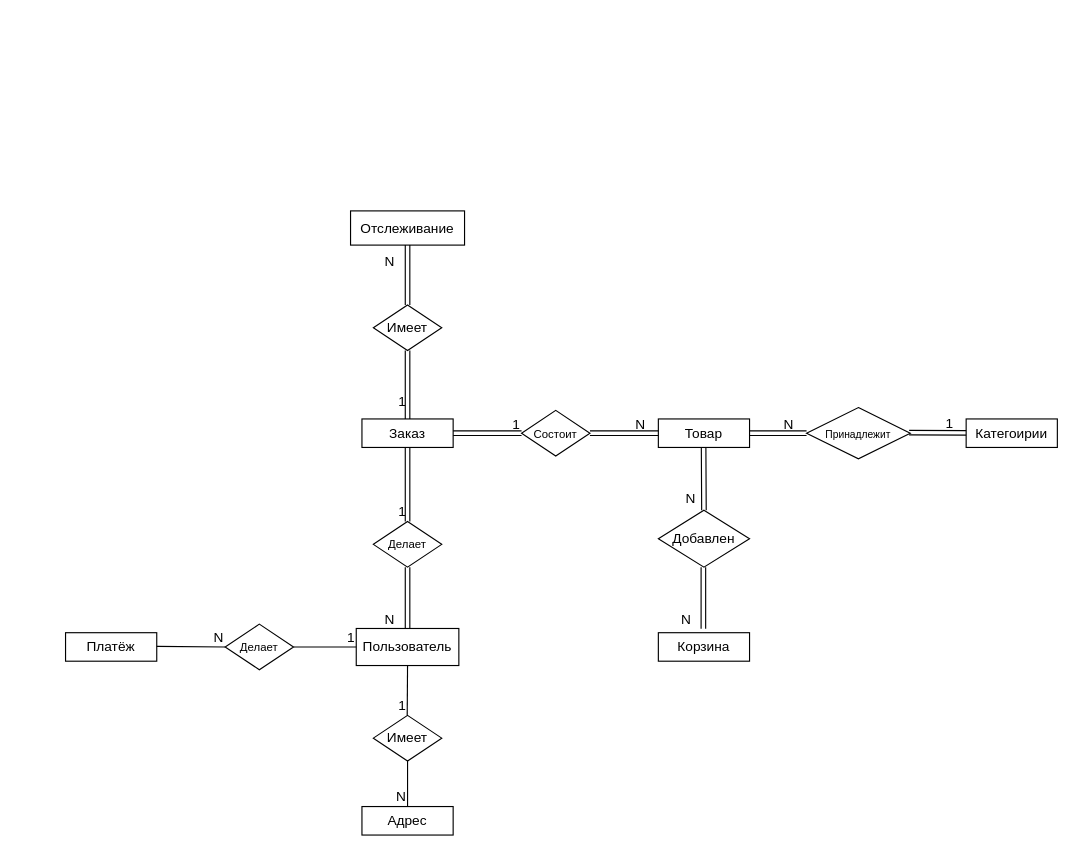
DanilaMalkin/FUrent keeps this draw.io diagram as Диаграмма без названия.drawio. Above is the earlier version. Source tidied: cells renumbered, new cells numbered last; positions are measured from the earlier drawing's top-left corner, leaving out a move shared by most shapes. Both pictures are drawn from the tidied source at 114%, with x=0, y=0 at pixel (65, 211).
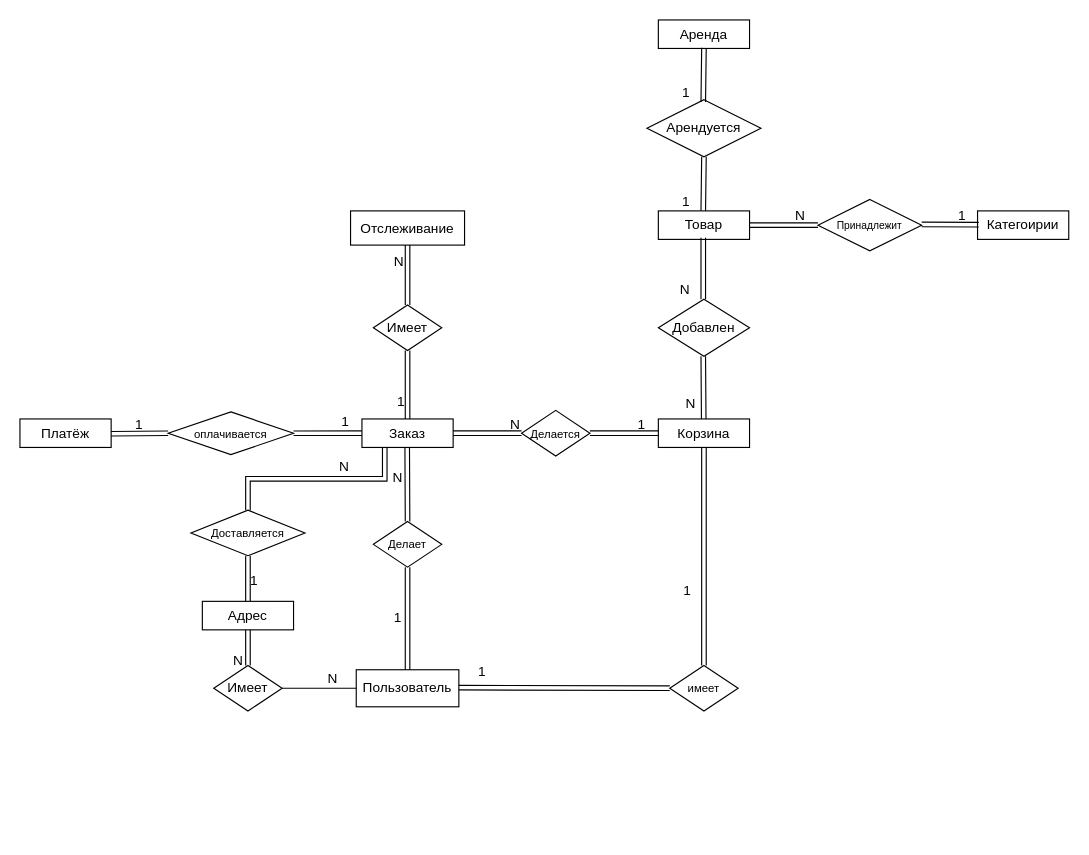
After the change.

The change refers to these unchanged cells:
```xml
<mxCell id="8" value="Заказ" style="rounded=0;whiteSpace=wrap;html=1;" parent="1" vertex="1">
  <mxGeometry x="260" y="182" width="80" height="25" as="geometry" />
</mxCell>
<mxCell id="15" value="&lt;font style=&quot;font-size: 10px;&quot;&gt;Делает&lt;/font&gt;" style="rhombus;whiteSpace=wrap;html=1;" parent="1" vertex="1">
  <mxGeometry x="270" y="272" width="60" height="40" as="geometry" />
</mxCell>
<mxCell id="24" style="shape=link;html=1;rounded=0;exitX=1;exitY=0.5;exitDx=0;exitDy=0;entryX=0;entryY=0.5;entryDx=0;entryDy=0;" parent="1" edge="1" source="10" target="11">
  <mxGeometry relative="1" as="geometry" />
</mxCell>
<mxCell id="28" style="shape=link;html=1;rounded=0;entryX=0;entryY=0.5;entryDx=0;entryDy=0;exitX=1;exitY=0.5;exitDx=0;exitDy=0;" parent="1" edge="1" source="8" target="10">
  <mxGeometry relative="1" as="geometry" />
</mxCell>
<mxCell id="32" style="shape=link;html=1;rounded=0;entryX=0.5;entryY=1;entryDx=0;entryDy=0;exitX=0.5;exitY=0;exitDx=0;exitDy=0;" parent="1" edge="1" source="8" target="16">
  <mxGeometry relative="1" as="geometry" />
</mxCell>
<mxCell id="34" style="shape=link;html=1;rounded=0;exitX=0.5;exitY=0;exitDx=0;exitDy=0;" parent="1" edge="1" source="16" target="9">
  <mxGeometry relative="1" as="geometry" />
</mxCell>
```

The edit, as a diff of the source:
```diff
@@
-    <mxCell id="2" value="&lt;font style=&quot;font-size: 10px;&quot;&gt;Делает&lt;/font&gt;" style="rhombus;whiteSpace=wrap;html=1;" parent="1" vertex="1">
-      <mxGeometry x="140" y="362" width="60" height="40" as="geometry" />
-    </mxCell>
     <mxCell id="3" value="Имеет" style="rhombus;whiteSpace=wrap;html=1;" parent="1" vertex="1">
-      <mxGeometry x="270" y="442" width="60" height="40" as="geometry" />
+      <mxGeometry x="130" y="398.2" width="60" height="40" as="geometry" />
     </mxCell>
     <mxCell id="4" value="Добавлен" style="rhombus;whiteSpace=wrap;html=1;" parent="1" vertex="1">
-      <mxGeometry x="520" y="262" width="80" height="50" as="geometry" />
+      <mxGeometry x="520" y="77" width="80" height="50" as="geometry" />
     </mxCell>
     <mxCell id="5" value="Пользователь" style="rounded=0;whiteSpace=wrap;html=1;" parent="1" vertex="1">
-      <mxGeometry x="255" y="365.8" width="90" height="32.5" as="geometry" />
+      <mxGeometry x="255" y="402" width="90" height="32.5" as="geometry" />
     </mxCell>
     <mxCell id="6" value="Адрес" style="rounded=0;whiteSpace=wrap;html=1;" parent="1" vertex="1">
-      <mxGeometry x="260" y="522" width="80" height="25" as="geometry" />
+      <mxGeometry x="120" y="342" width="80" height="25" as="geometry" />
     </mxCell>
     <mxCell id="7" value="Платёж" style="rounded=0;whiteSpace=wrap;html=1;" parent="1" vertex="1">
-      <mxGeometry y="369.5" width="80" height="25" as="geometry" />
+      <mxGeometry x="-40" y="182" width="80" height="25" as="geometry" />
     </mxCell>
@@
-    <mxCell id="10" value="&lt;font style=&quot;font-size: 10px;&quot;&gt;Состоит&lt;/font&gt;" style="rhombus;whiteSpace=wrap;html=1;" parent="1" vertex="1">
+    <mxCell id="10" value="&lt;font size=&quot;1&quot;&gt;Делается&lt;/font&gt;" style="rhombus;whiteSpace=wrap;html=1;" parent="1" vertex="1">
       <mxGeometry x="400" y="174.5" width="60" height="40" as="geometry" />
     </mxCell>
-    <mxCell id="11" value="Товар" style="rounded=0;whiteSpace=wrap;html=1;" parent="1" vertex="1">
+    <mxCell id="11" value="Корзина" style="rounded=0;whiteSpace=wrap;html=1;" parent="1" vertex="1">
       <mxGeometry x="520" y="182" width="80" height="25" as="geometry" />
     </mxCell>
-    <mxCell id="12" value="Корзина" style="rounded=0;whiteSpace=wrap;html=1;" parent="1" vertex="1">
-      <mxGeometry x="520" y="369.5" width="80" height="25" as="geometry" />
+    <mxCell id="12" value="Товар" style="rounded=0;whiteSpace=wrap;html=1;" parent="1" vertex="1">
+      <mxGeometry x="520" y="-0.5" width="80" height="25" as="geometry" />
     </mxCell>
     <mxCell id="13" value="Категоирии" style="rounded=0;whiteSpace=wrap;html=1;" parent="1" vertex="1">
-      <mxGeometry x="790" y="182" width="80" height="25" as="geometry" />
+      <mxGeometry x="800" y="-0.5" width="80" height="25" as="geometry" />
     </mxCell>
     <mxCell id="14" value="&lt;font style=&quot;font-size: 9px;&quot;&gt;Принадлежит&lt;/font&gt;" style="rhombus;whiteSpace=wrap;html=1;" parent="1" vertex="1">
-      <mxGeometry x="650" y="172" width="91" height="45" as="geometry" />
+      <mxGeometry x="660" y="-10.5" width="91" height="45" as="geometry" />
     </mxCell>
@@
-    <mxCell id="17" style="endArrow=none;html=1;rounded=0;entryX=0;entryY=0.5;entryDx=0;entryDy=0;" parent="1" edge="1" target="5">
-      <mxGeometry relative="1" as="geometry">
-        <mxPoint x="200" y="382" as="sourcePoint" />
-      </mxGeometry>
-    </mxCell>
-    <mxCell id="18" value="1" style="html=1;whiteSpace=wrap;align=right;verticalAlign=bottom;" parent="17" vertex="1">
-      <mxGeometry x="1" relative="1" as="geometry" />
-    </mxCell>
-    <mxCell id="19" style="shape=link;html=1;rounded=0;exitX=0.5;exitY=1;exitDx=0;exitDy=0;entryX=0.5;entryY=0;entryDx=0;entryDy=0;" parent="1" edge="1" source="15" target="5">
-      <mxGeometry relative="1" as="geometry" />
-    </mxCell>
-    <mxCell id="20" value="N" style="html=1;whiteSpace=wrap;align=right;verticalAlign=bottom;" parent="19" vertex="1">
-      <mxGeometry x="1" relative="1" as="geometry">
-        <mxPoint x="-10" as="offset" />
-      </mxGeometry>
-    </mxCell>
     <mxCell id="21" style="shape=link;html=1;rounded=0;exitX=0.5;exitY=1;exitDx=0;exitDy=0;" parent="1" edge="1">
       <mxGeometry relative="1" as="geometry">
-        <mxPoint x="559.7" y="207" as="sourcePoint" />
-        <mxPoint x="560" y="262" as="targetPoint" />
+        <mxPoint x="559.4" y="127" as="sourcePoint" />
+        <mxPoint x="559.8" y="182" as="targetPoint" />
       </mxGeometry>
     </mxCell>
-    <mxCell id="22" style="endArrow=none;html=1;rounded=0;entryX=0.5;entryY=0;entryDx=0;entryDy=0;exitX=0.5;exitY=1;exitDx=0;exitDy=0;" parent="1" edge="1" source="5">
-      <mxGeometry relative="1" as="geometry">
-        <mxPoint x="299.7" y="442" as="targetPoint" />
-      </mxGeometry>
+    <mxCell id="22" style="endArrow=none;html=1;rounded=0;entryX=1;entryY=0.5;entryDx=0;entryDy=0;exitX=0;exitY=0.5;exitDx=0;exitDy=0;" parent="1" edge="1" source="5" target="3">
+      <mxGeometry relative="1" as="geometry" />
     </mxCell>
-    <mxCell id="23" value="1" style="html=1;whiteSpace=wrap;align=right;verticalAlign=bottom;" parent="22" vertex="1">
-      <mxGeometry x="1" relative="1" as="geometry" />
+    <mxCell id="23" value="N" style="html=1;whiteSpace=wrap;align=right;verticalAlign=bottom;" parent="22" vertex="1">
+      <mxGeometry x="1" relative="1" as="geometry">
+        <mxPoint x="50" as="offset" />
+      </mxGeometry>
     </mxCell>
@@
-    <mxCell id="25" value="N" style="html=1;whiteSpace=wrap;align=right;verticalAlign=bottom;" parent="24" vertex="1">
+    <mxCell id="25" value="1" style="html=1;whiteSpace=wrap;align=right;verticalAlign=bottom;" parent="24" vertex="1">
       <mxGeometry x="1" relative="1" as="geometry">
         <mxPoint x="-10" as="offset" />
       </mxGeometry>
     </mxCell>
-    <mxCell id="26" style="shape=link;html=1;rounded=0;exitX=1;exitY=0.5;exitDx=0;exitDy=0;entryX=0;entryY=0.5;entryDx=0;entryDy=0;" parent="1" edge="1" source="11" target="14">
+    <mxCell id="26" style="shape=link;html=1;rounded=0;exitX=1;exitY=0.5;exitDx=0;exitDy=0;entryX=0;entryY=0.5;entryDx=0;entryDy=0;" parent="1" edge="1" source="12" target="14">
       <mxGeometry relative="1" as="geometry" />
     </mxCell>
@@
-    <mxCell id="29" value="1" style="html=1;whiteSpace=wrap;align=right;verticalAlign=bottom;" parent="28" vertex="1">
+    <mxCell id="29" value="N" style="html=1;whiteSpace=wrap;align=right;verticalAlign=bottom;" parent="28" vertex="1">
       <mxGeometry x="1" relative="1" as="geometry" />
     </mxCell>
     <mxCell id="30" style="shape=link;html=1;rounded=0;entryX=0;entryY=0.5;entryDx=0;entryDy=0;" parent="1" edge="1">
       <mxGeometry relative="1" as="geometry">
-        <mxPoint x="740" y="194" as="sourcePoint" />
-        <mxPoint x="790" y="194.2" as="targetPoint" />
+        <mxPoint x="751" y="11.4" as="sourcePoint" />
+        <mxPoint x="801" y="11.6" as="targetPoint" />
       </mxGeometry>
     </mxCell>
@@
     <mxCell id="33" value="1" style="html=1;whiteSpace=wrap;align=right;verticalAlign=bottom;" parent="32" vertex="1">
       <mxGeometry x="1" relative="1" as="geometry">
-        <mxPoint y="53" as="offset" />
+        <mxPoint x="-1" y="53" as="offset" />
       </mxGeometry>
     </mxCell>
@@
     <mxCell id="35" value="N" style="html=1;whiteSpace=wrap;align=right;verticalAlign=bottom;" parent="34" vertex="1">
       <mxGeometry x="1" relative="1" as="geometry">
-        <mxPoint x="-10" y="23" as="offset" />
+        <mxPoint x="-2" y="23" as="offset" />
       </mxGeometry>
     </mxCell>
-    <mxCell id="36" style="endArrow=none;html=1;rounded=0;" parent="1" edge="1">
-      <mxGeometry relative="1" as="geometry">
-        <mxPoint x="80" y="381.5" as="sourcePoint" />
-        <mxPoint x="140" y="382" as="targetPoint" />
-      </mxGeometry>
-    </mxCell>
-    <mxCell id="37" value="N" style="html=1;whiteSpace=wrap;align=right;verticalAlign=bottom;" parent="36" vertex="1">
-      <mxGeometry x="1" relative="1" as="geometry" />
-    </mxCell>
-    <mxCell id="38" style="endArrow=none;html=1;rounded=0;exitX=0.5;exitY=1;exitDx=0;exitDy=0;entryX=0.5;entryY=0;entryDx=0;entryDy=0;" parent="1" edge="1" source="3" target="6">
-      <mxGeometry relative="1" as="geometry" />
-    </mxCell>
-    <mxCell id="39" value="N" style="html=1;whiteSpace=wrap;align=right;verticalAlign=bottom;" parent="38" vertex="1">
-      <mxGeometry x="1" relative="1" as="geometry" />
-    </mxCell>
-    <mxCell id="40" style="shape=link;html=1;rounded=0;exitX=0.5;exitY=1;exitDx=0;exitDy=0;entryX=0.5;entryY=0;entryDx=0;entryDy=0;" parent="1" edge="1" source="8" target="15">
-      <mxGeometry relative="1" as="geometry" />
-    </mxCell>
-    <mxCell id="41" value="1" style="html=1;whiteSpace=wrap;align=right;verticalAlign=bottom;" parent="40" vertex="1">
-      <mxGeometry x="1" relative="1" as="geometry" />
-    </mxCell>
     <mxCell id="42" style="shape=link;html=1;rounded=0;exitX=0.5;exitY=1;exitDx=0;exitDy=0;entryX=0.5;entryY=0;entryDx=0;entryDy=0;" parent="1" edge="1">
       <mxGeometry relative="1" as="geometry">
-        <mxPoint x="559.5" y="312" as="sourcePoint" />
-        <mxPoint x="559.5" y="366" as="targetPoint" />
+        <mxPoint x="559.4" y="23" as="sourcePoint" />
+        <mxPoint x="559.4" y="77" as="targetPoint" />
       </mxGeometry>
     </mxCell>
@@
     <mxCell id="44" value="N" style="html=1;whiteSpace=wrap;align=right;verticalAlign=bottom;" parent="1" vertex="1">
-      <mxGeometry x="520" y="204.5" as="geometry">
+      <mxGeometry x="520" y="122" as="geometry">
         <mxPoint x="34" y="55" as="offset" />
       </mxGeometry>
     </mxCell>
+    <mxCell id="45" style="shape=link;html=1;rounded=0;exitX=0.5;exitY=0;exitDx=0;exitDy=0;" parent="1" edge="1" source="5">
+      <mxGeometry relative="1" as="geometry">
+        <mxPoint x="300" y="312" as="targetPoint" />
+      </mxGeometry>
+    </mxCell>
+    <mxCell id="46" value="1" style="html=1;whiteSpace=wrap;align=right;verticalAlign=bottom;" parent="45" vertex="1">
+      <mxGeometry x="1" relative="1" as="geometry">
+        <mxPoint x="-4" y="53" as="offset" />
+      </mxGeometry>
+    </mxCell>
+    <mxCell id="47" style="shape=link;html=1;rounded=0;exitX=0.5;exitY=0;exitDx=0;exitDy=0;" parent="1" edge="1" source="15">
+      <mxGeometry relative="1" as="geometry">
+        <mxPoint x="299.7" y="207" as="targetPoint" />
+      </mxGeometry>
+    </mxCell>
+    <mxCell id="48" value="N" style="html=1;whiteSpace=wrap;align=right;verticalAlign=bottom;" parent="47" vertex="1">
+      <mxGeometry x="1" relative="1" as="geometry">
+        <mxPoint x="-3" y="35" as="offset" />
+      </mxGeometry>
+    </mxCell>
+    <mxCell id="49" style="shape=link;html=1;rounded=0;exitX=1;exitY=0.5;exitDx=0;exitDy=0;entryX=0;entryY=0.5;entryDx=0;entryDy=0;" parent="1" edge="1" source="51" target="8">
+      <mxGeometry relative="1" as="geometry" />
+    </mxCell>
+    <mxCell id="50" value="1" style="html=1;whiteSpace=wrap;align=right;verticalAlign=bottom;" parent="49" vertex="1">
+      <mxGeometry x="1" relative="1" as="geometry">
+        <mxPoint x="-10" y="-2" as="offset" />
+      </mxGeometry>
+    </mxCell>
+    <mxCell id="51" value="&lt;font style=&quot;font-size: 10px;&quot;&gt;оплачивается&lt;/font&gt;" style="rhombus;whiteSpace=wrap;html=1;" parent="1" vertex="1">
+      <mxGeometry x="90" y="175.8" width="110" height="37.5" as="geometry" />
+    </mxCell>
+    <mxCell id="52" style="shape=link;html=1;rounded=0;entryX=0;entryY=0.5;entryDx=0;entryDy=0;" parent="1" edge="1" target="51">
+      <mxGeometry relative="1" as="geometry">
+        <mxPoint x="40" y="195" as="sourcePoint" />
+      </mxGeometry>
+    </mxCell>
+    <mxCell id="53" value="1" style="html=1;whiteSpace=wrap;align=right;verticalAlign=bottom;" parent="52" vertex="1">
+      <mxGeometry x="1" relative="1" as="geometry">
+        <mxPoint x="-21" as="offset" />
+      </mxGeometry>
+    </mxCell>
+    <mxCell id="38" style="shape=link;html=1;rounded=0;exitX=0.5;exitY=0;exitDx=0;exitDy=0;entryX=0.5;entryY=1;entryDx=0;entryDy=0;" parent="1" edge="1" source="3" target="6">
+      <mxGeometry relative="1" as="geometry" />
+    </mxCell>
+    <mxCell id="54" value="N" style="html=1;whiteSpace=wrap;align=right;verticalAlign=bottom;" parent="38" vertex="1">
+      <mxGeometry x="1" relative="1" as="geometry">
+        <mxPoint x="-3" y="35" as="offset" />
+      </mxGeometry>
+    </mxCell>
+    <mxCell id="55" value="&lt;font size=&quot;1&quot;&gt;Доставляется&lt;/font&gt;" style="rhombus;whiteSpace=wrap;html=1;" parent="1" vertex="1">
+      <mxGeometry x="110" y="262" width="100" height="40" as="geometry" />
+    </mxCell>
+    <mxCell id="56" style="shape=link;html=1;rounded=0;entryX=0.25;entryY=1;entryDx=0;entryDy=0;exitX=0.5;exitY=0;exitDx=0;exitDy=0;edgeStyle=orthogonalEdgeStyle;" parent="1" edge="1" source="55" target="8">
+      <mxGeometry relative="1" as="geometry" />
+    </mxCell>
+    <mxCell id="57" value="N" style="html=1;whiteSpace=wrap;align=right;verticalAlign=bottom;" parent="56" vertex="1">
+      <mxGeometry x="1" relative="1" as="geometry">
+        <mxPoint x="-30" y="25" as="offset" />
+      </mxGeometry>
+    </mxCell>
+    <mxCell id="58" style="shape=link;html=1;rounded=0;exitX=0.5;exitY=0;exitDx=0;exitDy=0;entryX=0.5;entryY=1;entryDx=0;entryDy=0;" parent="1" edge="1" source="6" target="55">
+      <mxGeometry relative="1" as="geometry" />
+    </mxCell>
+    <mxCell id="59" value="1" style="html=1;whiteSpace=wrap;align=right;verticalAlign=bottom;" parent="58" vertex="1">
+      <mxGeometry x="1" relative="1" as="geometry">
+        <mxPoint x="10" y="30" as="offset" />
+      </mxGeometry>
+    </mxCell>
+    <mxCell id="60" value="Арендуется" style="rhombus;whiteSpace=wrap;html=1;" parent="1" vertex="1">
+      <mxGeometry x="510" y="-98" width="100" height="50" as="geometry" />
+    </mxCell>
+    <mxCell id="61" value="Аренда" style="rounded=0;whiteSpace=wrap;html=1;" parent="1" vertex="1">
+      <mxGeometry x="520" y="-168" width="80" height="25" as="geometry" />
+    </mxCell>
+    <mxCell id="62" style="shape=link;html=1;rounded=0;entryX=0.5;entryY=0;entryDx=0;entryDy=0;exitX=0.5;exitY=1;exitDx=0;exitDy=0;" parent="1" edge="1" source="60">
+      <mxGeometry relative="1" as="geometry">
+        <mxPoint x="559.4" y="-0.5" as="targetPoint" />
+      </mxGeometry>
+    </mxCell>
+    <mxCell id="63" value="1" style="html=1;whiteSpace=wrap;align=right;verticalAlign=bottom;" parent="62" vertex="1">
+      <mxGeometry x="1" relative="1" as="geometry">
+        <mxPoint x="-10" as="offset" />
+      </mxGeometry>
+    </mxCell>
+    <mxCell id="64" style="shape=link;html=1;rounded=0;entryX=0.5;entryY=0;entryDx=0;entryDy=0;exitX=0.5;exitY=1;exitDx=0;exitDy=0;" parent="1" edge="1">
+      <mxGeometry relative="1" as="geometry">
+        <mxPoint x="560" y="-143.5" as="sourcePoint" />
+        <mxPoint x="559.4" y="-96" as="targetPoint" />
+      </mxGeometry>
+    </mxCell>
+    <mxCell id="65" value="1" style="html=1;whiteSpace=wrap;align=right;verticalAlign=bottom;" parent="64" vertex="1">
+      <mxGeometry x="1" relative="1" as="geometry">
+        <mxPoint x="-10" as="offset" />
+      </mxGeometry>
+    </mxCell>
+    <mxCell id="66" value="&lt;font size=&quot;1&quot;&gt;имеет&lt;/font&gt;" style="rhombus;whiteSpace=wrap;html=1;" parent="1" vertex="1">
+      <mxGeometry x="530" y="398.2" width="60" height="40" as="geometry" />
+    </mxCell>
+    <mxCell id="67" style="shape=link;html=1;rounded=0;exitX=1;exitY=0.5;exitDx=0;exitDy=0;entryX=0;entryY=0.5;entryDx=0;entryDy=0;" parent="1" edge="1" target="66">
+      <mxGeometry relative="1" as="geometry">
+        <mxPoint x="345" y="417.7" as="sourcePoint" />
+      </mxGeometry>
+    </mxCell>
+    <mxCell id="68" value="1" style="html=1;whiteSpace=wrap;align=right;verticalAlign=bottom;" parent="67" vertex="1">
+      <mxGeometry x="1" relative="1" as="geometry">
+        <mxPoint x="-160" y="-6" as="offset" />
+      </mxGeometry>
+    </mxCell>
+    <mxCell id="69" style="shape=link;html=1;rounded=0;exitX=0.5;exitY=1;exitDx=0;exitDy=0;entryX=0.5;entryY=0;entryDx=0;entryDy=0;" parent="1" edge="1" source="11" target="66">
+      <mxGeometry relative="1" as="geometry" />
+    </mxCell>
+    <mxCell id="70" value="1" style="html=1;whiteSpace=wrap;align=right;verticalAlign=bottom;" parent="69" vertex="1">
+      <mxGeometry x="1" relative="1" as="geometry">
+        <mxPoint x="-10" y="-57" as="offset" />
+      </mxGeometry>
+    </mxCell>
```
